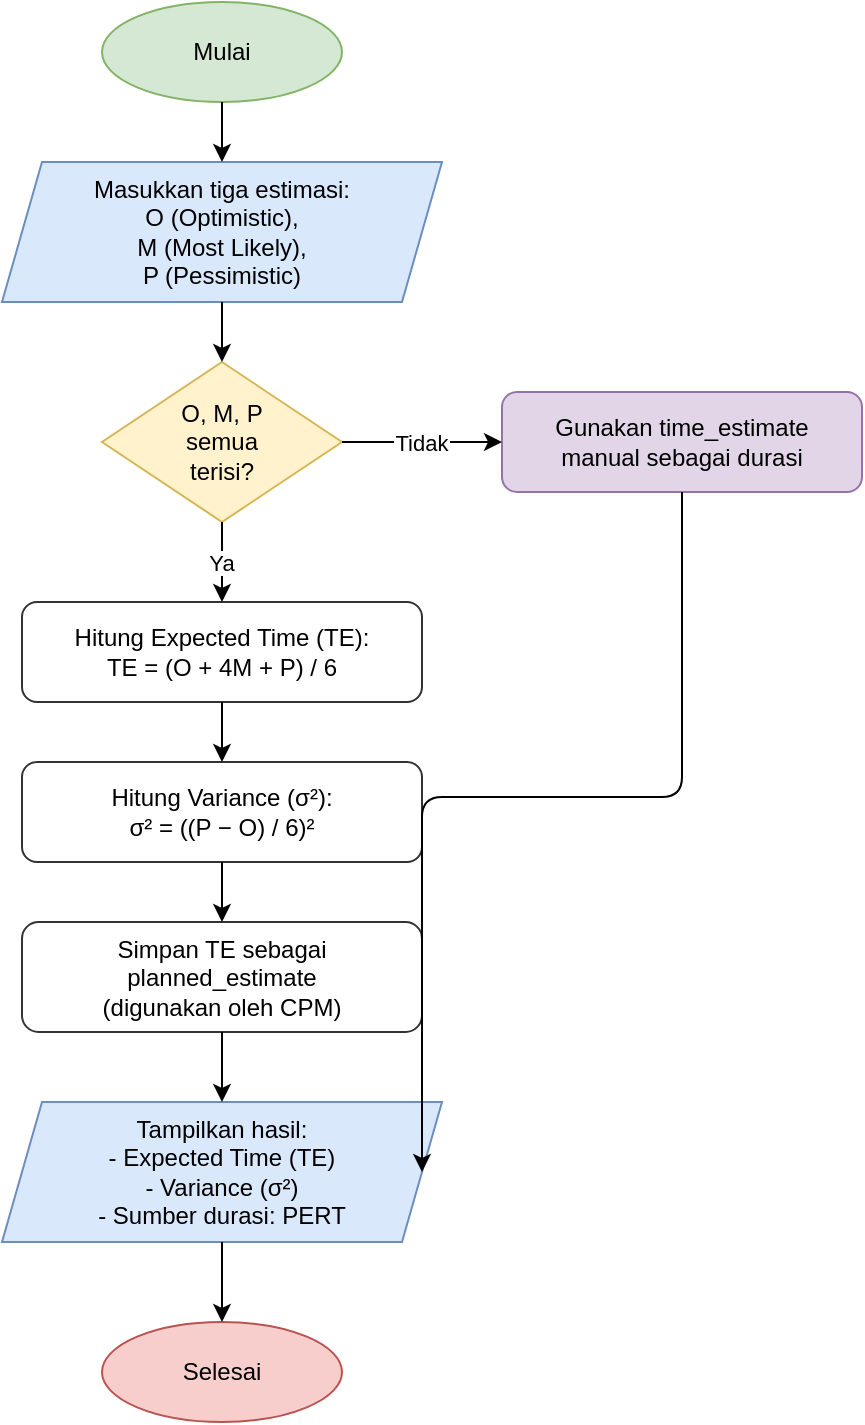
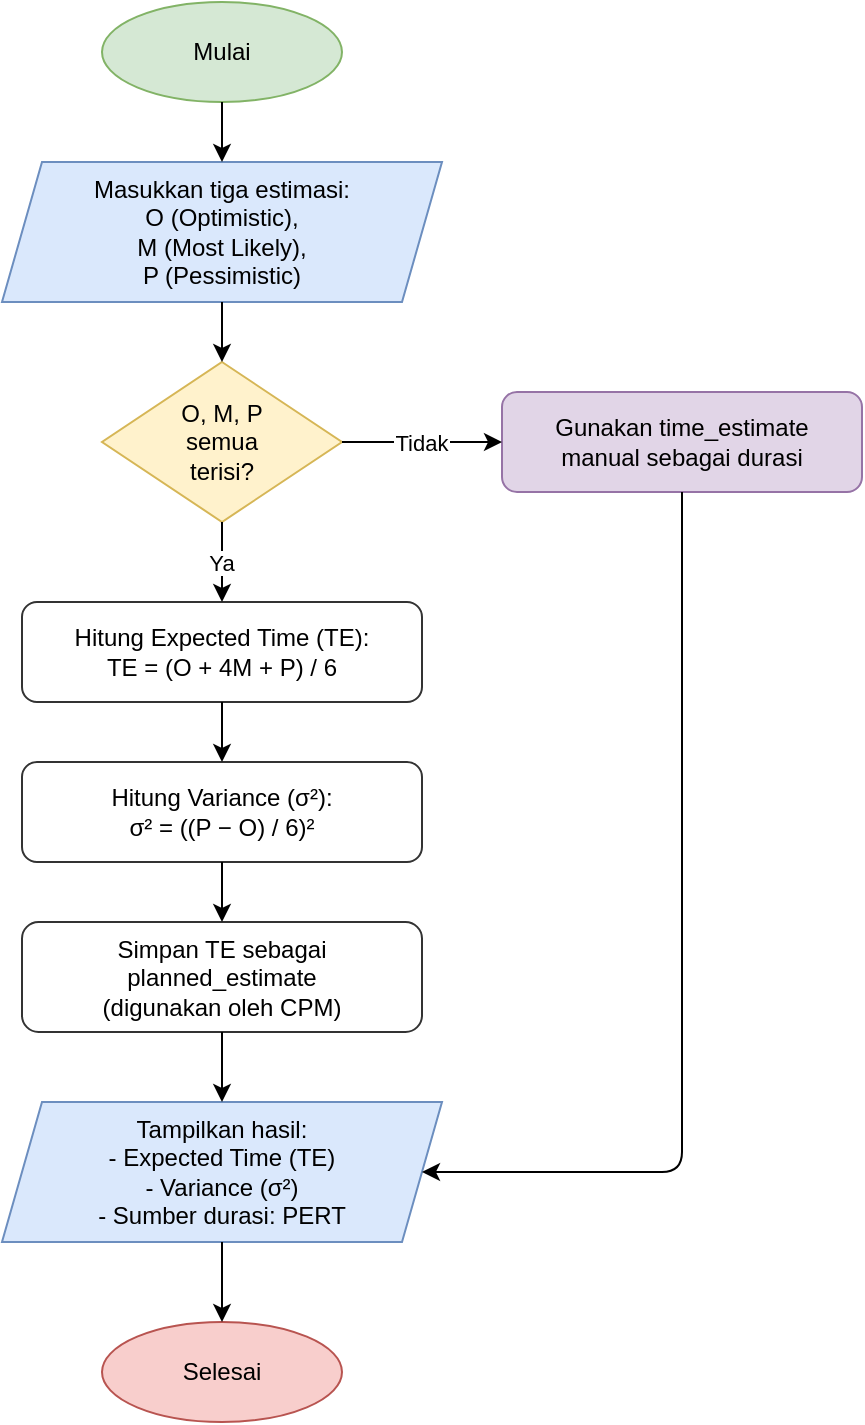
- <mxfile host="app.diagrams.net" modified="2026-05-30T00:00:00.000Z" agent="Kiro" version="24.0.0">
+ <mxfile host="app.diagrams.net" agent="Kiro">
  <diagram id="pert-flowchart" name="PERT Estimation">
-     <mxGraphModel dx="1200" dy="1000" grid="1" gridSize="10" guides="1" tooltips="1" connect="1" arrows="1" fold="1" page="1" pageScale="1" pageWidth="800" pageHeight="900" math="0" shadow="0">
+     <mxGraphModel dx="1373" dy="748" grid="0" gridSize="10" guides="1" tooltips="1" connect="1" arrows="1" fold="1" page="1" pageScale="1" pageWidth="800" pageHeight="900" math="0" shadow="0">
      <root>
        <mxCell id="0" />
        <mxCell id="1" parent="0" />
- 
-         <!-- START -->
-         <mxCell id="s1" value="Mulai" style="ellipse;whiteSpace=wrap;html=1;fillColor=#d5e8d4;strokeColor=#82b366;" vertex="1" parent="1">
-           <mxGeometry x="300" y="20" width="120" height="50" as="geometry" />
+         <mxCell id="s1" parent="1" style="ellipse;whiteSpace=wrap;html=1;fillColor=#d5e8d4;strokeColor=#82b366;" value="Mulai" vertex="1">
+           <mxGeometry height="50" width="120" x="300" y="20" as="geometry" />
        </mxCell>
- 
-         <!-- Input -->
-         <mxCell id="p1" value="Masukkan tiga estimasi:&#xa;O (Optimistic),&#xa;M (Most Likely),&#xa;P (Pessimistic)" style="shape=parallelogram;perimeter=parallelogramPerimeter;whiteSpace=wrap;html=1;fixedSize=1;fillColor=#dae8fc;strokeColor=#6c8ebf;" vertex="1" parent="1">
-           <mxGeometry x="250" y="100" width="220" height="70" as="geometry" />
+         <mxCell id="p1" parent="1" style="shape=parallelogram;perimeter=parallelogramPerimeter;whiteSpace=wrap;html=1;fixedSize=1;fillColor=#dae8fc;strokeColor=#6c8ebf;" value="Masukkan tiga estimasi:&#xa;O (Optimistic),&#xa;M (Most Likely),&#xa;P (Pessimistic)" vertex="1">
+           <mxGeometry height="70" width="220" x="250" y="100" as="geometry" />
        </mxCell>
-         <mxCell id="e1" style="edgeStyle=orthogonalEdgeStyle;" edge="1" source="s1" target="p1" parent="1"><mxGeometry relative="1" as="geometry" /></mxCell>
- 
-         <!-- Decision: semua terisi? -->
-         <mxCell id="d1" value="O, M, P&#xa;semua&#xa;terisi?" style="rhombus;whiteSpace=wrap;html=1;fillColor=#fff2cc;strokeColor=#d6b656;" vertex="1" parent="1">
-           <mxGeometry x="300" y="200" width="120" height="80" as="geometry" />
+         <mxCell id="e1" edge="1" parent="1" source="s1" style="edgeStyle=orthogonalEdgeStyle;" target="p1">
+           <mxGeometry relative="1" as="geometry" />
        </mxCell>
-         <mxCell id="e2" style="edgeStyle=orthogonalEdgeStyle;" edge="1" source="p1" target="d1" parent="1"><mxGeometry relative="1" as="geometry" /></mxCell>
- 
-         <!-- No: use manual -->
-         <mxCell id="p_manual" value="Gunakan time_estimate&#xa;manual sebagai durasi" style="rounded=1;whiteSpace=wrap;html=1;fillColor=#e1d5e7;strokeColor=#9673a6;" vertex="1" parent="1">
-           <mxGeometry x="500" y="215" width="180" height="50" as="geometry" />
+         <mxCell id="d1" parent="1" style="rhombus;whiteSpace=wrap;html=1;fillColor=#fff2cc;strokeColor=#d6b656;" value="O, M, P&#xa;semua&#xa;terisi?" vertex="1">
+           <mxGeometry height="80" width="120" x="300" y="200" as="geometry" />
        </mxCell>
-         <mxCell id="e3" value="Tidak" style="edgeStyle=orthogonalEdgeStyle;" edge="1" source="d1" target="p_manual" parent="1"><mxGeometry relative="1" as="geometry" /></mxCell>
- 
-         <!-- Calculate TE -->
-         <mxCell id="p2" value="Hitung Expected Time (TE):&#xa;TE = (O + 4M + P) / 6" style="rounded=1;whiteSpace=wrap;html=1;fillColor=#FFFFFF;strokeColor=#333333;" vertex="1" parent="1">
-           <mxGeometry x="260" y="320" width="200" height="50" as="geometry" />
+         <mxCell id="e2" edge="1" parent="1" source="p1" style="edgeStyle=orthogonalEdgeStyle;" target="d1">
+           <mxGeometry relative="1" as="geometry" />
        </mxCell>
-         <mxCell id="e4" value="Ya" style="edgeStyle=orthogonalEdgeStyle;" edge="1" source="d1" target="p2" parent="1"><mxGeometry relative="1" as="geometry" /></mxCell>
- 
-         <!-- Calculate Variance -->
-         <mxCell id="p3" value="Hitung Variance (σ²):&#xa;σ² = ((P − O) / 6)²" style="rounded=1;whiteSpace=wrap;html=1;fillColor=#FFFFFF;strokeColor=#333333;" vertex="1" parent="1">
-           <mxGeometry x="260" y="400" width="200" height="50" as="geometry" />
+         <mxCell id="p_manual" parent="1" style="rounded=1;whiteSpace=wrap;html=1;fillColor=#e1d5e7;strokeColor=#9673a6;" value="Gunakan time_estimate&#xa;manual sebagai durasi" vertex="1">
+           <mxGeometry height="50" width="180" x="500" y="215" as="geometry" />
        </mxCell>
-         <mxCell id="e5" style="edgeStyle=orthogonalEdgeStyle;" edge="1" source="p2" target="p3" parent="1"><mxGeometry relative="1" as="geometry" /></mxCell>
- 
-         <!-- Store -->
-         <mxCell id="p4" value="Simpan TE sebagai&#xa;planned_estimate&#xa;(digunakan oleh CPM)" style="rounded=1;whiteSpace=wrap;html=1;fillColor=#FFFFFF;strokeColor=#333333;" vertex="1" parent="1">
-           <mxGeometry x="260" y="480" width="200" height="55" as="geometry" />
+         <mxCell id="e3" edge="1" parent="1" source="d1" style="edgeStyle=orthogonalEdgeStyle;" target="p_manual" value="Tidak">
+           <mxGeometry relative="1" as="geometry" />
        </mxCell>
-         <mxCell id="e6" style="edgeStyle=orthogonalEdgeStyle;" edge="1" source="p3" target="p4" parent="1"><mxGeometry relative="1" as="geometry" /></mxCell>
- 
-         <!-- Output -->
-         <mxCell id="p5" value="Tampilkan hasil:&#xa;- Expected Time (TE)&#xa;- Variance (σ²)&#xa;- Sumber durasi: PERT" style="shape=parallelogram;perimeter=parallelogramPerimeter;whiteSpace=wrap;html=1;fixedSize=1;fillColor=#dae8fc;strokeColor=#6c8ebf;" vertex="1" parent="1">
-           <mxGeometry x="250" y="570" width="220" height="70" as="geometry" />
+         <mxCell id="p2" parent="1" style="rounded=1;whiteSpace=wrap;html=1;fillColor=#FFFFFF;strokeColor=#333333;" value="Hitung Expected Time (TE):&#xa;TE = (O + 4M + P) / 6" vertex="1">
+           <mxGeometry height="50" width="200" x="260" y="320" as="geometry" />
        </mxCell>
-         <mxCell id="e7" style="edgeStyle=orthogonalEdgeStyle;" edge="1" source="p4" target="p5" parent="1"><mxGeometry relative="1" as="geometry" /></mxCell>
- 
-         <!-- Merge from manual path -->
-         <mxCell id="e_manual_end" style="edgeStyle=orthogonalEdgeStyle;exitX=0.5;exitY=1;entryX=1;entryY=0.5;" edge="1" source="p_manual" target="p5" parent="1"><mxGeometry relative="1" as="geometry" /></mxCell>
- 
-         <!-- END -->
-         <mxCell id="end1" value="Selesai" style="ellipse;whiteSpace=wrap;html=1;fillColor=#f8cecc;strokeColor=#b85450;" vertex="1" parent="1">
-           <mxGeometry x="300" y="680" width="120" height="50" as="geometry" />
+         <mxCell id="e4" edge="1" parent="1" source="d1" style="edgeStyle=orthogonalEdgeStyle;" target="p2" value="Ya">
+           <mxGeometry relative="1" as="geometry" />
        </mxCell>
-         <mxCell id="e8" style="edgeStyle=orthogonalEdgeStyle;" edge="1" source="p5" target="end1" parent="1"><mxGeometry relative="1" as="geometry" /></mxCell>
- 
+         <mxCell id="p3" parent="1" style="rounded=1;whiteSpace=wrap;html=1;fillColor=#FFFFFF;strokeColor=#333333;" value="Hitung Variance (σ²):&#xa;σ² = ((P − O) / 6)²" vertex="1">
+           <mxGeometry height="50" width="200" x="260" y="400" as="geometry" />
+         </mxCell>
+         <mxCell id="e5" edge="1" parent="1" source="p2" style="edgeStyle=orthogonalEdgeStyle;" target="p3">
+           <mxGeometry relative="1" as="geometry" />
+         </mxCell>
+         <mxCell id="p4" parent="1" style="rounded=1;whiteSpace=wrap;html=1;fillColor=#FFFFFF;strokeColor=#333333;" value="Simpan TE sebagai&#xa;planned_estimate&#xa;(digunakan oleh CPM)" vertex="1">
+           <mxGeometry height="55" width="200" x="260" y="480" as="geometry" />
+         </mxCell>
+         <mxCell id="e6" edge="1" parent="1" source="p3" style="edgeStyle=orthogonalEdgeStyle;" target="p4">
+           <mxGeometry relative="1" as="geometry" />
+         </mxCell>
+         <mxCell id="p5" parent="1" style="shape=parallelogram;perimeter=parallelogramPerimeter;whiteSpace=wrap;html=1;fixedSize=1;fillColor=#dae8fc;strokeColor=#6c8ebf;" value="Tampilkan hasil:&#xa;- Expected Time (TE)&#xa;- Variance (σ²)&#xa;- Sumber durasi: PERT" vertex="1">
+           <mxGeometry height="70" width="220" x="250" y="570" as="geometry" />
+         </mxCell>
+         <mxCell id="e7" edge="1" parent="1" source="p4" style="edgeStyle=orthogonalEdgeStyle;" target="p5">
+           <mxGeometry relative="1" as="geometry" />
+         </mxCell>
+         <mxCell id="e_manual_end" edge="1" parent="1" source="p_manual" style="edgeStyle=orthogonalEdgeStyle;exitX=0.5;exitY=1;entryX=1;entryY=0.5;" target="p5">
+           <mxGeometry relative="1" as="geometry">
+             <Array as="points">
+               <mxPoint x="590" y="605" />
+             </Array>
+           </mxGeometry>
+         </mxCell>
+         <mxCell id="end1" parent="1" style="ellipse;whiteSpace=wrap;html=1;fillColor=#f8cecc;strokeColor=#b85450;" value="Selesai" vertex="1">
+           <mxGeometry height="50" width="120" x="300" y="680" as="geometry" />
+         </mxCell>
+         <mxCell id="e8" edge="1" parent="1" source="p5" style="edgeStyle=orthogonalEdgeStyle;" target="end1">
+           <mxGeometry relative="1" as="geometry" />
+         </mxCell>
      </root>
    </mxGraphModel>
  </diagram>
</mxfile>
